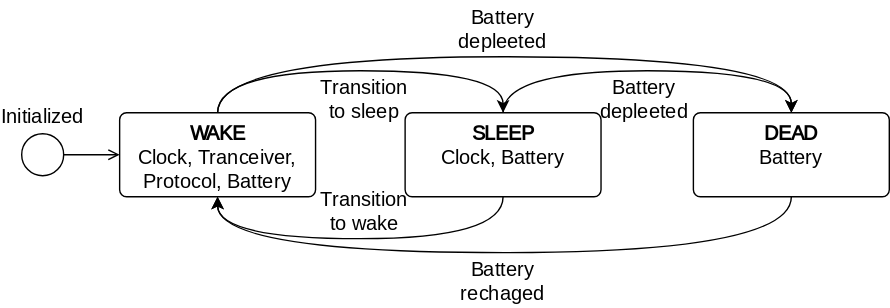
Mikkelnn/ES8-Project keeps this draw.io diagram as Figures/technicalAnalysis/simulator/node/node_state.svg. Above is the earlier version. Source tidied: cells renumbered, new cells last; positions are measured from the earlier drawing's top-left corner, leaving out a move shared by most shapes.
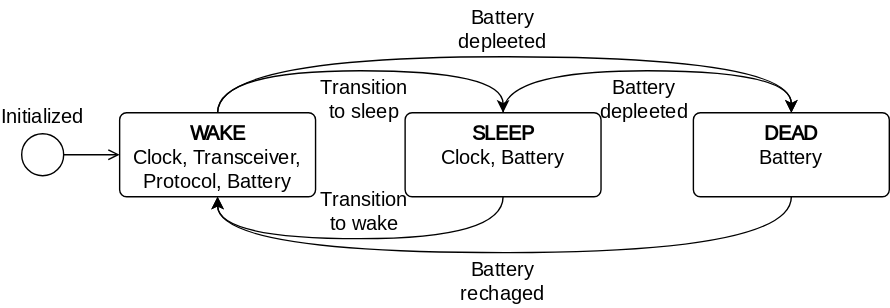
After the change.

Diff of the diagram source:
```diff
@@ -2,7 +2,7 @@
   <root>
     <mxCell id="0" />
     <mxCell id="1" parent="0" />
-    <mxCell id="2" value="&lt;b&gt;WAKE&lt;/b&gt;&lt;div&gt;Clock, Tranceiver, Protocol, Battery&lt;/div&gt;" style="html=1;align=center;verticalAlign=top;rounded=1;absoluteArcSize=1;arcSize=10;dashed=0;whiteSpace=wrap;fontFamily=LaTex;fontSource=https%3A%2F%2Fl.messenger.com%2Fl.php%3Fu%3Dhttps%253A%252F%252Fsourceforge.net%252Fprojects%252Fcm-unicode%252F%253Futm_id%253D97758_v0_s00_e0_tv0%2526fbclid%253DIwY2xjawQgySRleHRuA2FlbQIxMQBzcnRjBmFwcF9pZAEwAAEesw3PqB5totuJpd6eh1LaaKkuRE-Z_K1hziWoEV0fncl-qOL8ht-ayZM58K8_aem_JxLrLg0ROYKOzrblPzPiZg%26h%3DAT5WEuZGuo3uQ7rimEBXJ9KMJ0Q8-5wu28H95kAKUt3lUuGrPs6OhiQh5GxBjOpI0-ktUD_Y48bLHLEDVmCMICMOj1nMUkwi7kByh2wd8aliMqJLdBoROrQIvq_gKZaS4SCv7RLN_bpVnWxUsIqR9A;fontSize=14;" parent="1" vertex="1">
+    <mxCell id="2" value="&lt;b&gt;WAKE&lt;/b&gt;&lt;div&gt;Clock, Transceiver, Protocol, Battery&lt;/div&gt;" style="html=1;align=center;verticalAlign=top;rounded=1;absoluteArcSize=1;arcSize=10;dashed=0;whiteSpace=wrap;fontFamily=LaTex;fontSource=https%3A%2F%2Fl.messenger.com%2Fl.php%3Fu%3Dhttps%253A%252F%252Fsourceforge.net%252Fprojects%252Fcm-unicode%252F%253Futm_id%253D97758_v0_s00_e0_tv0%2526fbclid%253DIwY2xjawQgySRleHRuA2FlbQIxMQBzcnRjBmFwcF9pZAEwAAEesw3PqB5totuJpd6eh1LaaKkuRE-Z_K1hziWoEV0fncl-qOL8ht-ayZM58K8_aem_JxLrLg0ROYKOzrblPzPiZg%26h%3DAT5WEuZGuo3uQ7rimEBXJ9KMJ0Q8-5wu28H95kAKUt3lUuGrPs6OhiQh5GxBjOpI0-ktUD_Y48bLHLEDVmCMICMOj1nMUkwi7kByh2wd8aliMqJLdBoROrQIvq_gKZaS4SCv7RLN_bpVnWxUsIqR9A;fontSize=14;" parent="1" vertex="1">
       <mxGeometry x="85" y="80" width="140" height="60" as="geometry" />
     </mxCell>
     <mxCell id="3" value="&lt;b&gt;SLEEP&lt;br&gt;&lt;/b&gt;Clock, Battery" style="html=1;align=center;verticalAlign=top;rounded=1;absoluteArcSize=1;arcSize=10;dashed=0;whiteSpace=wrap;fontFamily=LaTex;fontSource=https%3A%2F%2Fl.messenger.com%2Fl.php%3Fu%3Dhttps%253A%252F%252Fsourceforge.net%252Fprojects%252Fcm-unicode%252F%253Futm_id%253D97758_v0_s00_e0_tv0%2526fbclid%253DIwY2xjawQgySRleHRuA2FlbQIxMQBzcnRjBmFwcF9pZAEwAAEesw3PqB5totuJpd6eh1LaaKkuRE-Z_K1hziWoEV0fncl-qOL8ht-ayZM58K8_aem_JxLrLg0ROYKOzrblPzPiZg%26h%3DAT5WEuZGuo3uQ7rimEBXJ9KMJ0Q8-5wu28H95kAKUt3lUuGrPs6OhiQh5GxBjOpI0-ktUD_Y48bLHLEDVmCMICMOj1nMUkwi7kByh2wd8aliMqJLdBoROrQIvq_gKZaS4SCv7RLN_bpVnWxUsIqR9A;fontSize=14;" parent="1" vertex="1">
```
